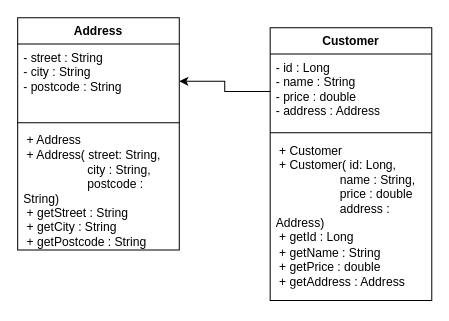
Earlier version of the draw.io diagram docs/uml/CustomerAddress.drawio (RyzonB/OOP-Learning). Source tidied: cells renumbered, new cells numbered last; positions are measured from the earlier drawing's top-left corner, leaving out a move shared by most shapes. Both pictures are drawn from the tidied source at 101%, with x=0, y=0 at pixel (17, 17).
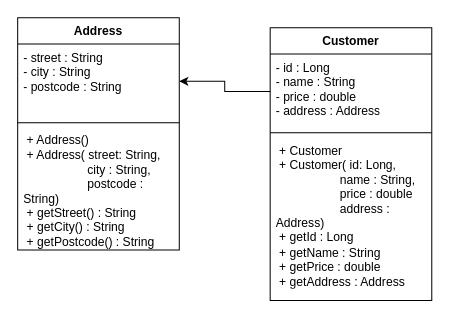
Above is the later version.

Commit message (it also covers changes not shown here):
Tutorial 02: encapsulation and UML for Product, Customer and Address

Diff of the diagram source:
```diff
@@
 <mxGraphModel>
   <root>
     <mxCell id="0" />
     <mxCell id="1" parent="0" />
     <mxCell id="2" value="Customer" style="swimlane;fontStyle=1;align=center;verticalAlign=top;horizontal=1;startSize=26;whiteSpace=wrap;html=1;" parent="1" vertex="1">
       <mxGeometry x="250" y="10" width="160" height="270" as="geometry" />
     </mxCell>
     <mxCell id="3" value="- id : Long&lt;div&gt;- name : String&lt;/div&gt;&lt;div&gt;- price : double&lt;/div&gt;&lt;div&gt;- address : Address&lt;/div&gt;&lt;div&gt;&lt;/div&gt;" style="text;strokeColor=none;fillColor=none;align=left;verticalAlign=top;spacingLeft=4;spacingRight=4;overflow=hidden;points=[[0,0.5],[1,0.5]];portConstraint=eastwest;whiteSpace=wrap;html=1;" parent="2" vertex="1">
       <mxGeometry y="26" width="160" height="74" as="geometry" />
     </mxCell>
     <mxCell id="4" style="line;strokeWidth=1;fillColor=none;align=left;verticalAlign=middle;spacingTop=-1;spacingLeft=3;spacingRight=3;labelPosition=right;strokeColor=inherit;" parent="2" vertex="1">
       <mxGeometry y="100" width="160" height="8" as="geometry" />
     </mxCell>
     <mxCell id="5" value="&amp;nbsp;+ Customer&lt;div&gt;&amp;nbsp;+ Customer( id: Long,&lt;/div&gt;&lt;div&gt;&lt;span style=&quot;white-space: pre;&quot;&gt;&#9;&lt;/span&gt;&lt;span style=&quot;white-space: pre;&quot;&gt;&#9;&lt;/span&gt;&amp;nbsp; &amp;nbsp;name : String,&lt;br&gt;&lt;/div&gt;&lt;div&gt;&lt;span style=&quot;white-space: pre;&quot;&gt;&#9;&lt;/span&gt;&lt;span style=&quot;white-space: pre;&quot;&gt;&#9;&lt;/span&gt;&amp;nbsp; &amp;nbsp;price : double&lt;/div&gt;&lt;div&gt;&lt;span style=&quot;white-space: pre;&quot;&gt;&#9;&lt;/span&gt;&lt;span style=&quot;white-space: pre;&quot;&gt;&#9;&lt;/span&gt;&amp;nbsp; &amp;nbsp;address : Address)&lt;br&gt;&lt;/div&gt;&lt;div&gt;&amp;nbsp;+ getId : Long&lt;/div&gt;&lt;div&gt;&amp;nbsp;+ getName : String&lt;/div&gt;&lt;div&gt;&amp;nbsp;+ getPrice : double&lt;/div&gt;&lt;div&gt;&amp;nbsp;+ getAddress : Address&lt;/div&gt;" style="text;strokeColor=none;fillColor=none;align=left;verticalAlign=top;spacingLeft=4;spacingRight=4;overflow=hidden;whiteSpace=wrap;html=1;" parent="2" vertex="1">
       <mxGeometry y="108" width="160" height="162" as="geometry" />
     </mxCell>
     <mxCell id="6" value="Address" style="swimlane;fontStyle=1;align=center;verticalAlign=top;horizontal=1;startSize=26;whiteSpace=wrap;html=1;" parent="1" vertex="1">
       <mxGeometry width="160" height="230" as="geometry" />
     </mxCell>
     <mxCell id="7" value="- street : String&lt;div&gt;- city : String&lt;/div&gt;&lt;div&gt;- postcode : String&lt;/div&gt;" style="text;strokeColor=none;fillColor=none;align=left;verticalAlign=top;spacingLeft=4;spacingRight=4;overflow=hidden;points=[[0,0.5],[1,0.5]];portConstraint=eastwest;whiteSpace=wrap;html=1;" parent="6" vertex="1">
       <mxGeometry y="26" width="160" height="74" as="geometry" />
     </mxCell>
     <mxCell id="8" style="line;strokeWidth=1;fillColor=none;align=left;verticalAlign=middle;spacingTop=-1;spacingLeft=3;spacingRight=3;labelPosition=right;strokeColor=inherit;" parent="6" vertex="1">
       <mxGeometry y="100" width="160" height="8" as="geometry" />
     </mxCell>
-    <mxCell id="9" value="&amp;nbsp;+ Address&lt;div&gt;&amp;nbsp;+ Address( street: String,&lt;/div&gt;&lt;div&gt;&lt;span style=&quot;white-space: pre;&quot;&gt;&#9;&lt;/span&gt;&lt;span style=&quot;white-space: pre;&quot;&gt;&#9;&lt;/span&gt;&amp;nbsp; &amp;nbsp;city : String,&lt;br&gt;&lt;/div&gt;&lt;div&gt;&lt;span style=&quot;white-space: pre;&quot;&gt;&#9;&lt;/span&gt;&lt;span style=&quot;white-space: pre;&quot;&gt;&#9;&lt;/span&gt;&amp;nbsp; &amp;nbsp;postcode : String)&lt;br&gt;&lt;/div&gt;&lt;div&gt;&amp;nbsp;+ getStreet : String&lt;/div&gt;&lt;div&gt;&amp;nbsp;+ getCity : String&lt;/div&gt;&lt;div&gt;&amp;nbsp;+ getPostcode : String&lt;/div&gt;" style="text;strokeColor=none;fillColor=none;align=left;verticalAlign=top;spacingLeft=4;spacingRight=4;overflow=hidden;whiteSpace=wrap;html=1;" parent="6" vertex="1">
+    <mxCell id="9" value="&amp;nbsp;+ Address()&lt;div&gt;&amp;nbsp;+ Address( street: String,&lt;/div&gt;&lt;div&gt;&lt;span style=&quot;white-space: pre;&quot;&gt;&#9;&lt;/span&gt;&lt;span style=&quot;white-space: pre;&quot;&gt;&#9;&lt;/span&gt;&amp;nbsp; &amp;nbsp;city : String,&lt;br&gt;&lt;/div&gt;&lt;div&gt;&lt;span style=&quot;white-space: pre;&quot;&gt;&#9;&lt;/span&gt;&lt;span style=&quot;white-space: pre;&quot;&gt;&#9;&lt;/span&gt;&amp;nbsp; &amp;nbsp;postcode : String)&lt;br&gt;&lt;/div&gt;&lt;div&gt;&amp;nbsp;+ getStreet() : String&lt;/div&gt;&lt;div&gt;&amp;nbsp;+ getCity() : String&lt;/div&gt;&lt;div&gt;&amp;nbsp;+ getPostcode() : String&lt;/div&gt;" style="text;strokeColor=none;fillColor=none;align=left;verticalAlign=top;spacingLeft=4;spacingRight=4;overflow=hidden;whiteSpace=wrap;html=1;" parent="6" vertex="1">
       <mxGeometry y="108" width="160" height="122" as="geometry" />
     </mxCell>
     <mxCell id="10" style="edgeStyle=orthogonalEdgeStyle;rounded=0;jettySize=auto;html=1;exitX=0;exitY=0.5;exitDx=0;exitDy=0;entryX=1;entryY=0.5;entryDx=0;entryDy=0;" parent="1" edge="1" source="3" target="7">
       <mxGeometry relative="1" as="geometry" />
     </mxCell>
   </root>
 </mxGraphModel>
```
